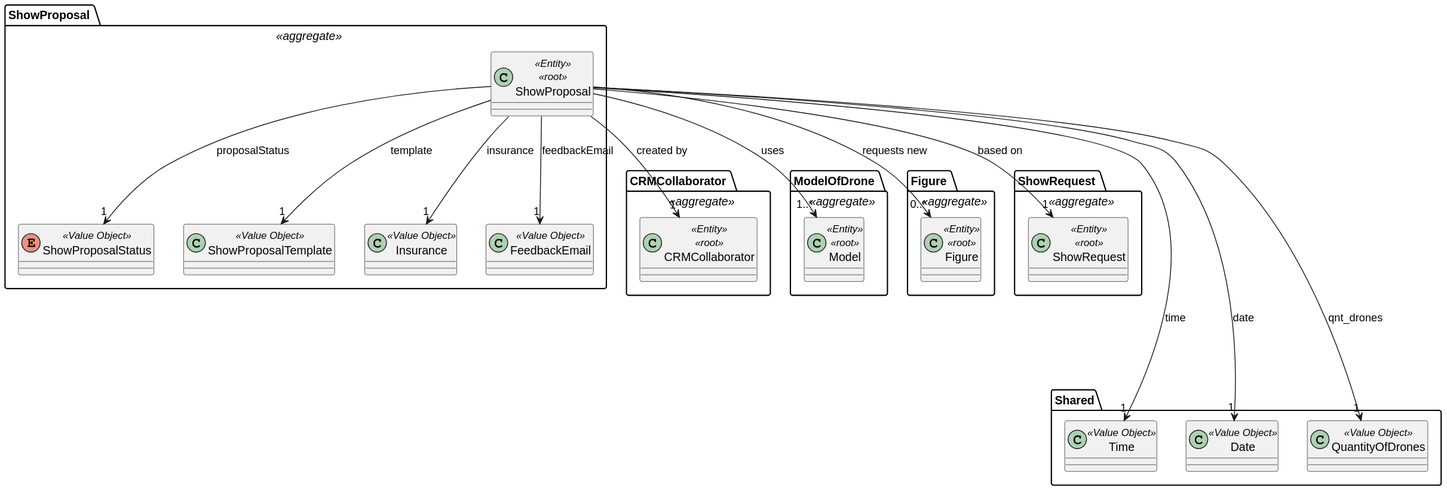
This is docs/global_artifacts/analysis/images/domain_model_show_proposal.svg from diogoveirospro/sem4pi-2024-2025-sem4pi_2024_2025_g44, a PlantUML export, as it was before one commit.
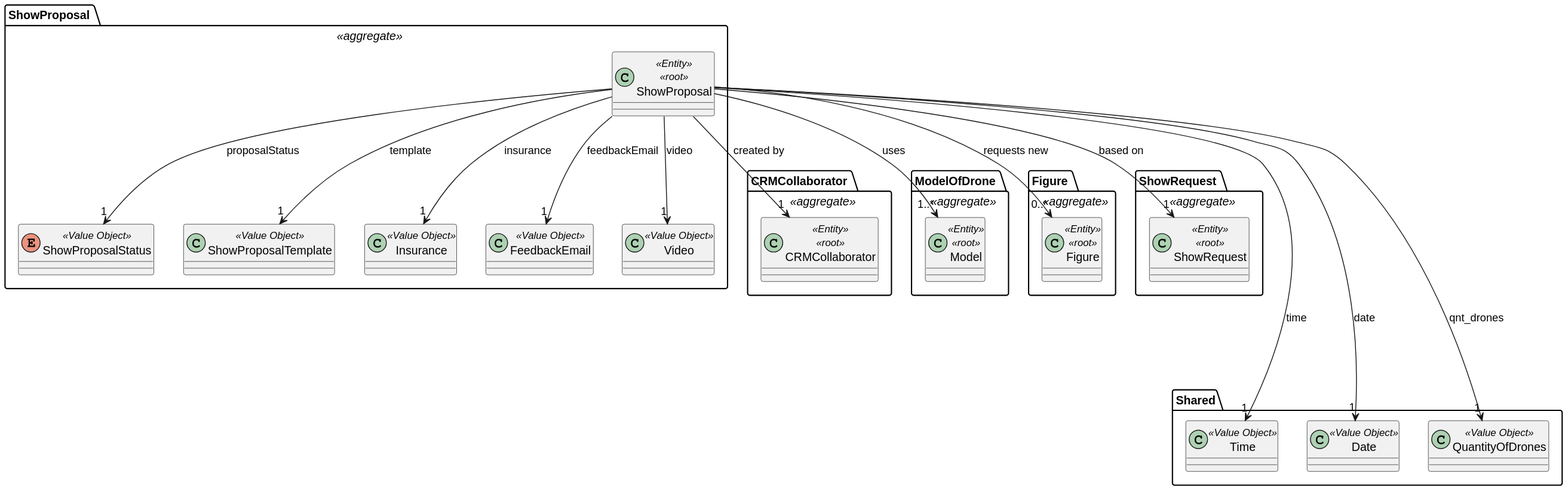
Later version of the same file.

What changed in the source:
```diff
@@ -40,6 +40,9 @@
     class FeedbackEmail <<Value Object>>{
     }
 
+    class Video <<Value Object>>{
+    }
+
     ShowProposal --> "1" FeedbackEmail: feedbackEmail
     ShowProposal --> "1" CRMCollaborator: created by
     ShowProposal --> "1" ShowRequest: based on
@@ -48,6 +51,7 @@
     ShowProposal --> "1" ShowProposalTemplate: template
     ShowProposal --> "1..*" Model: uses
     ShowProposal --> "1" Insurance: insurance
+    ShowProposal --> "1" Video: video
 }
 
 package Shared {
```
